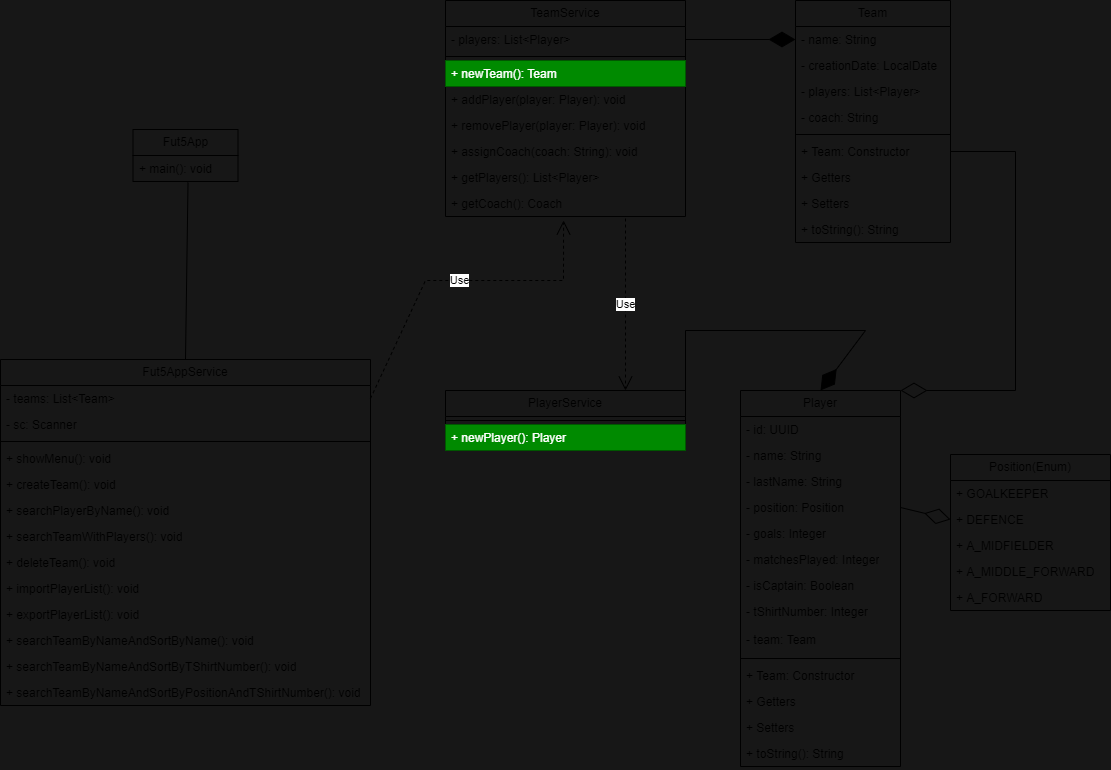
Above: informatorio2023/src/main/java/com/ezefm/informatorio2023/tpfinal1/Fut5AppUML.png in ezefm/INFO2023JAVA (draw.io), before the change. Source tidied: cells renumbered, new cells last; positions are measured from the earlier drawing's top-left corner, leaving out a move shared by most shapes.
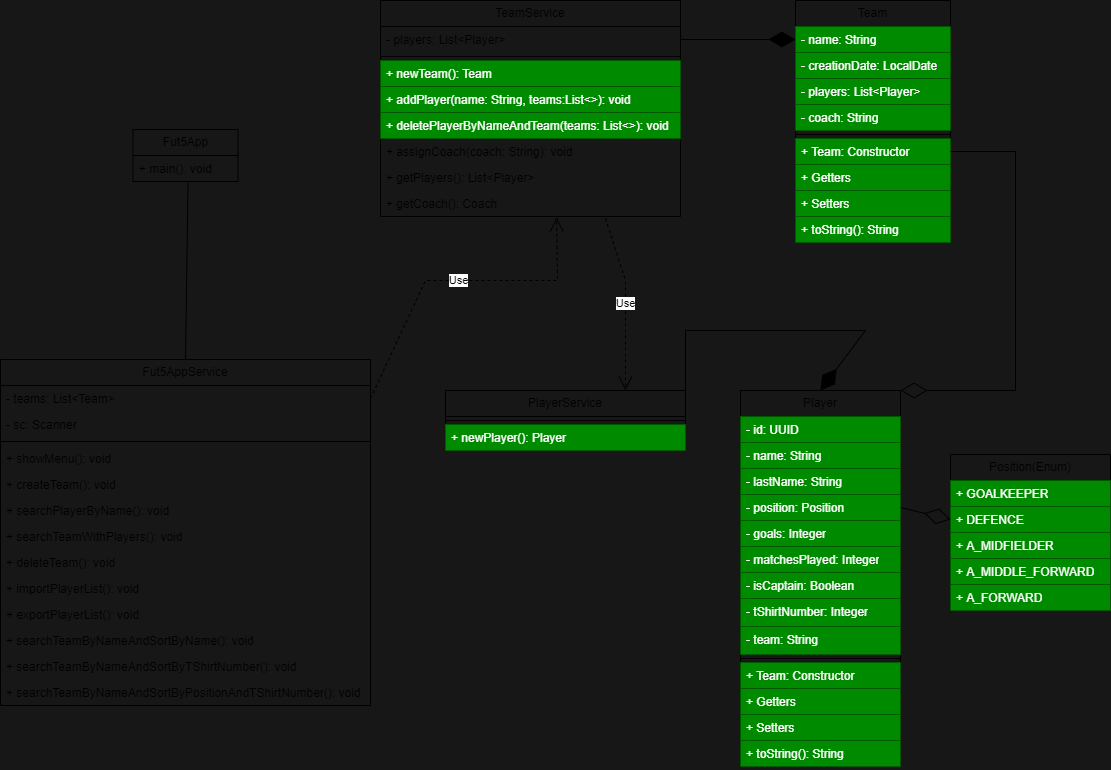
After the change.

The edit, as a diff of the source:
```diff
@@ -47,67 +47,67 @@
     <mxCell id="16" value="Team" style="swimlane;fontStyle=0;horizontal=1;startSize=26;fillColor=none;whiteSpace=wrap;html=1;" parent="1" vertex="1">
       <mxGeometry x="795" width="155" height="242" as="geometry" />
     </mxCell>
-    <mxCell id="17" value="- name: String" style="text;strokeColor=none;fillColor=none;align=left;verticalAlign=top;spacingLeft=4;spacingRight=4;overflow=hidden;points=[[0,0.5],[1,0.5]];portConstraint=eastwest;whiteSpace=wrap;html=1;" parent="16" vertex="1">
+    <mxCell id="17" value="- name: String" style="text;strokeColor=#005700;fillColor=#008a00;align=left;verticalAlign=top;spacingLeft=4;spacingRight=4;overflow=hidden;points=[[0,0.5],[1,0.5]];portConstraint=eastwest;whiteSpace=wrap;html=1;fontColor=#ffffff;" parent="16" vertex="1">
       <mxGeometry y="26" width="155" height="26" as="geometry" />
     </mxCell>
-    <mxCell id="18" value="- creationDate: LocalDate" style="text;strokeColor=none;fillColor=none;align=left;verticalAlign=top;spacingLeft=4;spacingRight=4;overflow=hidden;whiteSpace=wrap;html=1;" parent="16" vertex="1">
+    <mxCell id="18" value="- creationDate: LocalDate" style="text;strokeColor=#005700;fillColor=#008a00;align=left;verticalAlign=top;spacingLeft=4;spacingRight=4;overflow=hidden;whiteSpace=wrap;html=1;fontColor=#ffffff;" parent="16" vertex="1">
       <mxGeometry y="52" width="155" height="26" as="geometry" />
     </mxCell>
-    <mxCell id="19" value="- players: List&amp;lt;Player&amp;gt;" style="text;strokeColor=none;fillColor=none;align=left;verticalAlign=top;spacingLeft=4;spacingRight=4;overflow=hidden;whiteSpace=wrap;html=1;" parent="16" vertex="1">
+    <mxCell id="19" value="- players: List&amp;lt;Player&amp;gt;" style="text;strokeColor=#005700;fillColor=#008a00;align=left;verticalAlign=top;spacingLeft=4;spacingRight=4;overflow=hidden;whiteSpace=wrap;html=1;fontColor=#ffffff;" parent="16" vertex="1">
       <mxGeometry y="78" width="155" height="26" as="geometry" />
     </mxCell>
-    <mxCell id="20" value="- coach: String" style="text;strokeColor=none;fillColor=none;align=left;verticalAlign=top;spacingLeft=4;spacingRight=4;overflow=hidden;whiteSpace=wrap;html=1;" parent="16" vertex="1">
+    <mxCell id="20" value="- coach: String" style="text;strokeColor=#005700;fillColor=#008a00;align=left;verticalAlign=top;spacingLeft=4;spacingRight=4;overflow=hidden;whiteSpace=wrap;html=1;fontColor=#ffffff;" parent="16" vertex="1">
       <mxGeometry y="104" width="155" height="26" as="geometry" />
     </mxCell>
     <mxCell id="21" style="line;strokeWidth=1;fillColor=none;align=left;verticalAlign=middle;spacingTop=-1;spacingLeft=3;spacingRight=3;labelPosition=right;strokeColor=inherit;" parent="16" vertex="1">
       <mxGeometry y="130" width="155" height="8" as="geometry" />
     </mxCell>
-    <mxCell id="22" value="+ Team: Constructor&amp;nbsp;" style="text;strokeColor=none;fillColor=none;align=left;verticalAlign=top;spacingLeft=4;spacingRight=4;overflow=hidden;points=[[0,0.5],[1,0.5]];portConstraint=eastwest;whiteSpace=wrap;html=1;" parent="16" vertex="1">
+    <mxCell id="22" value="+ Team: Constructor&amp;nbsp;" style="text;strokeColor=#005700;fillColor=#008a00;align=left;verticalAlign=top;spacingLeft=4;spacingRight=4;overflow=hidden;points=[[0,0.5],[1,0.5]];portConstraint=eastwest;whiteSpace=wrap;html=1;fontColor=#ffffff;" parent="16" vertex="1">
       <mxGeometry y="138" width="155" height="26" as="geometry" />
     </mxCell>
-    <mxCell id="23" value="+ Getters" style="text;strokeColor=none;fillColor=none;align=left;verticalAlign=top;spacingLeft=4;spacingRight=4;overflow=hidden;whiteSpace=wrap;html=1;" parent="16" vertex="1">
+    <mxCell id="23" value="+ Getters" style="text;strokeColor=#005700;fillColor=#008a00;align=left;verticalAlign=top;spacingLeft=4;spacingRight=4;overflow=hidden;whiteSpace=wrap;html=1;fontColor=#ffffff;" parent="16" vertex="1">
       <mxGeometry y="164" width="155" height="26" as="geometry" />
     </mxCell>
-    <mxCell id="24" value="+ Setters" style="text;strokeColor=none;fillColor=none;align=left;verticalAlign=top;spacingLeft=4;spacingRight=4;overflow=hidden;whiteSpace=wrap;html=1;" parent="16" vertex="1">
+    <mxCell id="24" value="+ Setters" style="text;strokeColor=#005700;fillColor=#008a00;align=left;verticalAlign=top;spacingLeft=4;spacingRight=4;overflow=hidden;whiteSpace=wrap;html=1;fontColor=#ffffff;" parent="16" vertex="1">
       <mxGeometry y="190" width="155" height="26" as="geometry" />
     </mxCell>
-    <mxCell id="25" value="+ toString(): String" style="text;strokeColor=none;fillColor=none;align=left;verticalAlign=top;spacingLeft=4;spacingRight=4;overflow=hidden;whiteSpace=wrap;html=1;" parent="16" vertex="1">
+    <mxCell id="25" value="+ toString(): String" style="text;strokeColor=#005700;fillColor=#008a00;align=left;verticalAlign=top;spacingLeft=4;spacingRight=4;overflow=hidden;whiteSpace=wrap;html=1;fontColor=#ffffff;" parent="16" vertex="1">
       <mxGeometry y="216" width="155" height="26" as="geometry" />
     </mxCell>
-    <mxCell id="26" value="Use" style="endArrow=open;endSize=12;dashed=1;html=1;rounded=0;exitX=1;exitY=0.5;exitDx=0;exitDy=0;entryX=0.492;entryY=1.154;entryDx=0;entryDy=0;entryPerimeter=0;" parent="1" edge="1" source="3" target="35">
+    <mxCell id="26" value="Use" style="endArrow=open;endSize=12;dashed=1;html=1;rounded=0;exitX=1;exitY=0.5;exitDx=0;exitDy=0;entryX=0.587;entryY=1.038;entryDx=0;entryDy=0;entryPerimeter=0;" parent="1" edge="1" source="3" target="35">
       <mxGeometry relative="1" as="geometry">
         <Array as="points">
           <mxPoint x="425" y="280" />
-          <mxPoint x="563" y="280" />
+          <mxPoint x="557" y="280" />
         </Array>
       </mxGeometry>
     </mxCell>
     <mxCell id="27" value="TeamService" style="swimlane;fontStyle=0;horizontal=1;startSize=26;fillColor=none;whiteSpace=wrap;html=1;" parent="1" vertex="1">
-      <mxGeometry x="445" width="240" height="216" as="geometry" />
+      <mxGeometry x="380" width="300" height="216" as="geometry" />
     </mxCell>
     <mxCell id="28" value="- players: List&amp;lt;Player&amp;gt;" style="text;strokeColor=none;fillColor=none;align=left;verticalAlign=top;spacingLeft=4;spacingRight=4;overflow=hidden;points=[[0,0.5],[1,0.5]];portConstraint=eastwest;whiteSpace=wrap;html=1;" parent="27" vertex="1">
-      <mxGeometry y="26" width="240" height="26" as="geometry" />
+      <mxGeometry y="26" width="300" height="26" as="geometry" />
     </mxCell>
     <mxCell id="29" style="line;strokeWidth=1;fillColor=none;align=left;verticalAlign=middle;spacingTop=-1;spacingLeft=3;spacingRight=3;labelPosition=right;strokeColor=inherit;" parent="27" vertex="1">
-      <mxGeometry y="52" width="240" height="8" as="geometry" />
+      <mxGeometry y="52" width="300" height="8" as="geometry" />
     </mxCell>
     <mxCell id="30" value="+ newTeam(): Team&amp;nbsp;" style="text;strokeColor=#005700;fillColor=#008a00;align=left;verticalAlign=top;spacingLeft=4;spacingRight=4;overflow=hidden;whiteSpace=wrap;html=1;fontColor=#ffffff;" parent="27" vertex="1">
-      <mxGeometry y="60" width="240" height="26" as="geometry" />
+      <mxGeometry y="60" width="300" height="26" as="geometry" />
     </mxCell>
-    <mxCell id="31" value="+ addPlayer(player: Player): void&amp;nbsp;" style="text;strokeColor=none;fillColor=none;align=left;verticalAlign=top;spacingLeft=4;spacingRight=4;overflow=hidden;whiteSpace=wrap;html=1;" parent="27" vertex="1">
-      <mxGeometry y="86" width="240" height="26" as="geometry" />
+    <mxCell id="31" value="+ addPlayer(name: String, teams:List&amp;lt;&amp;gt;): void&amp;nbsp;" style="text;strokeColor=#005700;fillColor=#008a00;align=left;verticalAlign=top;spacingLeft=4;spacingRight=4;overflow=hidden;whiteSpace=wrap;html=1;fontColor=#ffffff;" parent="27" vertex="1">
+      <mxGeometry y="86" width="300" height="26" as="geometry" />
     </mxCell>
-    <mxCell id="32" value="+ removePlayer(player: Player): void&amp;nbsp;" style="text;strokeColor=none;fillColor=none;align=left;verticalAlign=top;spacingLeft=4;spacingRight=4;overflow=hidden;whiteSpace=wrap;html=1;" parent="27" vertex="1">
-      <mxGeometry y="112" width="240" height="26" as="geometry" />
+    <mxCell id="32" value="+ deletePlayerByNameAndTeam(teams: List&amp;lt;&amp;gt;): void&amp;nbsp;" style="text;strokeColor=#005700;fillColor=#008a00;align=left;verticalAlign=top;spacingLeft=4;spacingRight=4;overflow=hidden;whiteSpace=wrap;html=1;fontColor=#ffffff;" parent="27" vertex="1">
+      <mxGeometry y="112" width="300" height="26" as="geometry" />
     </mxCell>
     <mxCell id="33" value="+ assignCoach(coach: String): void&amp;nbsp;" style="text;strokeColor=none;fillColor=none;align=left;verticalAlign=top;spacingLeft=4;spacingRight=4;overflow=hidden;whiteSpace=wrap;html=1;" parent="27" vertex="1">
-      <mxGeometry y="138" width="240" height="26" as="geometry" />
+      <mxGeometry y="138" width="300" height="26" as="geometry" />
     </mxCell>
     <mxCell id="34" value="+ getPlayers(): List&amp;lt;Player&amp;gt;" style="text;strokeColor=none;fillColor=none;align=left;verticalAlign=top;spacingLeft=4;spacingRight=4;overflow=hidden;whiteSpace=wrap;html=1;" parent="27" vertex="1">
-      <mxGeometry y="164" width="240" height="26" as="geometry" />
+      <mxGeometry y="164" width="300" height="26" as="geometry" />
     </mxCell>
     <mxCell id="35" value="+ getCoach(): Coach" style="text;strokeColor=none;fillColor=none;align=left;verticalAlign=top;spacingLeft=4;spacingRight=4;overflow=hidden;points=[[0,0.5],[1,0.5]];portConstraint=eastwest;whiteSpace=wrap;html=1;" parent="27" vertex="1">
-      <mxGeometry y="190" width="240" height="26" as="geometry" />
+      <mxGeometry y="190" width="300" height="26" as="geometry" />
     </mxCell>
     <mxCell id="36" style="endArrow=diamondThin;endFill=0;endSize=24;html=1;rounded=0;exitX=1;exitY=0.5;exitDx=0;exitDy=0;entryX=1;entryY=0;entryDx=0;entryDy=0;" parent="1" edge="1" source="22" target="37">
       <mxGeometry relative="1" as="geometry">
@@ -120,64 +120,64 @@
     <mxCell id="37" value="Player" style="swimlane;fontStyle=0;horizontal=1;startSize=26;fillColor=none;whiteSpace=wrap;html=1;" parent="1" vertex="1">
       <mxGeometry x="740" y="390" width="160" height="376" as="geometry" />
     </mxCell>
-    <mxCell id="38" value="- id: UUID" style="text;strokeColor=none;fillColor=none;align=left;verticalAlign=top;spacingLeft=4;spacingRight=4;overflow=hidden;whiteSpace=wrap;html=1;" parent="37" vertex="1">
+    <mxCell id="38" value="- id: UUID" style="text;strokeColor=#005700;fillColor=#008a00;align=left;verticalAlign=top;spacingLeft=4;spacingRight=4;overflow=hidden;whiteSpace=wrap;html=1;fontColor=#ffffff;" parent="37" vertex="1">
       <mxGeometry y="26" width="160" height="26" as="geometry" />
     </mxCell>
-    <mxCell id="39" value="- name: String" style="text;strokeColor=none;fillColor=none;align=left;verticalAlign=top;spacingLeft=4;spacingRight=4;overflow=hidden;whiteSpace=wrap;html=1;" parent="37" vertex="1">
+    <mxCell id="39" value="- name: String" style="text;strokeColor=#005700;fillColor=#008a00;align=left;verticalAlign=top;spacingLeft=4;spacingRight=4;overflow=hidden;whiteSpace=wrap;html=1;fontColor=#ffffff;" parent="37" vertex="1">
       <mxGeometry y="52" width="160" height="26" as="geometry" />
     </mxCell>
-    <mxCell id="40" value="- lastName: String" style="text;strokeColor=none;fillColor=none;align=left;verticalAlign=top;spacingLeft=4;spacingRight=4;overflow=hidden;whiteSpace=wrap;html=1;" parent="37" vertex="1">
+    <mxCell id="40" value="- lastName: String" style="text;strokeColor=#005700;fillColor=#008a00;align=left;verticalAlign=top;spacingLeft=4;spacingRight=4;overflow=hidden;whiteSpace=wrap;html=1;fontColor=#ffffff;" parent="37" vertex="1">
       <mxGeometry y="78" width="160" height="26" as="geometry" />
     </mxCell>
-    <mxCell id="41" value="- position: Position" style="text;strokeColor=none;fillColor=none;align=left;verticalAlign=top;spacingLeft=4;spacingRight=4;overflow=hidden;points=[[0,0.5],[1,0.5]];portConstraint=eastwest;whiteSpace=wrap;html=1;" parent="37" vertex="1">
+    <mxCell id="41" value="- position: Position" style="text;strokeColor=#005700;fillColor=#008a00;align=left;verticalAlign=top;spacingLeft=4;spacingRight=4;overflow=hidden;points=[[0,0.5],[1,0.5]];portConstraint=eastwest;whiteSpace=wrap;html=1;fontColor=#ffffff;" parent="37" vertex="1">
       <mxGeometry y="104" width="160" height="26" as="geometry" />
     </mxCell>
-    <mxCell id="42" value="- goals: Integer" style="text;strokeColor=none;fillColor=none;align=left;verticalAlign=top;spacingLeft=4;spacingRight=4;overflow=hidden;whiteSpace=wrap;html=1;" parent="37" vertex="1">
+    <mxCell id="42" value="- goals: Integer" style="text;strokeColor=#005700;fillColor=#008a00;align=left;verticalAlign=top;spacingLeft=4;spacingRight=4;overflow=hidden;whiteSpace=wrap;html=1;fontColor=#ffffff;" parent="37" vertex="1">
       <mxGeometry y="130" width="160" height="26" as="geometry" />
     </mxCell>
-    <mxCell id="43" value="- matchesPlayed: Integer" style="text;strokeColor=none;fillColor=none;align=left;verticalAlign=top;spacingLeft=4;spacingRight=4;overflow=hidden;whiteSpace=wrap;html=1;" parent="37" vertex="1">
+    <mxCell id="43" value="- matchesPlayed: Integer" style="text;strokeColor=#005700;fillColor=#008a00;align=left;verticalAlign=top;spacingLeft=4;spacingRight=4;overflow=hidden;whiteSpace=wrap;html=1;fontColor=#ffffff;" parent="37" vertex="1">
       <mxGeometry y="156" width="160" height="26" as="geometry" />
     </mxCell>
-    <mxCell id="44" value="- isCaptain: Boolean" style="text;strokeColor=none;fillColor=none;align=left;verticalAlign=top;spacingLeft=4;spacingRight=4;overflow=hidden;whiteSpace=wrap;html=1;" parent="37" vertex="1">
+    <mxCell id="44" value="- isCaptain: Boolean" style="text;strokeColor=#005700;fillColor=#008a00;align=left;verticalAlign=top;spacingLeft=4;spacingRight=4;overflow=hidden;whiteSpace=wrap;html=1;fontColor=#ffffff;" parent="37" vertex="1">
       <mxGeometry y="182" width="160" height="26" as="geometry" />
     </mxCell>
-    <mxCell id="45" value="- tShirtNumber: Integer" style="text;strokeColor=none;fillColor=none;align=left;verticalAlign=top;spacingLeft=4;spacingRight=4;overflow=hidden;whiteSpace=wrap;html=1;" parent="37" vertex="1">
+    <mxCell id="45" value="- tShirtNumber: Integer" style="text;strokeColor=#005700;fillColor=#008a00;align=left;verticalAlign=top;spacingLeft=4;spacingRight=4;overflow=hidden;whiteSpace=wrap;html=1;fontColor=#ffffff;" parent="37" vertex="1">
       <mxGeometry y="208" width="160" height="28" as="geometry" />
     </mxCell>
-    <mxCell id="46" value="- team: Team" style="text;strokeColor=none;fillColor=none;align=left;verticalAlign=top;spacingLeft=4;spacingRight=4;overflow=hidden;whiteSpace=wrap;html=1;" parent="37" vertex="1">
+    <mxCell id="46" value="- team: String" style="text;strokeColor=#005700;fillColor=#008a00;align=left;verticalAlign=top;spacingLeft=4;spacingRight=4;overflow=hidden;whiteSpace=wrap;html=1;fontColor=#ffffff;" parent="37" vertex="1">
       <mxGeometry y="236" width="160" height="28" as="geometry" />
     </mxCell>
     <mxCell id="47" style="line;strokeWidth=1;fillColor=none;align=left;verticalAlign=middle;spacingTop=-1;spacingLeft=3;spacingRight=3;labelPosition=right;strokeColor=inherit;" parent="37" vertex="1">
       <mxGeometry y="264" width="160" height="8" as="geometry" />
     </mxCell>
-    <mxCell id="48" value="+ Team: Constructor&amp;nbsp;" style="text;strokeColor=none;fillColor=none;align=left;verticalAlign=top;spacingLeft=4;spacingRight=4;overflow=hidden;whiteSpace=wrap;html=1;" parent="37" vertex="1">
+    <mxCell id="48" value="+ Team: Constructor&amp;nbsp;" style="text;strokeColor=#005700;fillColor=#008a00;align=left;verticalAlign=top;spacingLeft=4;spacingRight=4;overflow=hidden;whiteSpace=wrap;html=1;fontColor=#ffffff;" parent="37" vertex="1">
       <mxGeometry y="272" width="160" height="26" as="geometry" />
     </mxCell>
-    <mxCell id="49" value="+ Getters" style="text;strokeColor=none;fillColor=none;align=left;verticalAlign=top;spacingLeft=4;spacingRight=4;overflow=hidden;whiteSpace=wrap;html=1;" parent="37" vertex="1">
+    <mxCell id="49" value="+ Getters" style="text;strokeColor=#005700;fillColor=#008a00;align=left;verticalAlign=top;spacingLeft=4;spacingRight=4;overflow=hidden;whiteSpace=wrap;html=1;fontColor=#ffffff;" parent="37" vertex="1">
       <mxGeometry y="298" width="160" height="26" as="geometry" />
     </mxCell>
-    <mxCell id="50" value="+ Setters" style="text;strokeColor=none;fillColor=none;align=left;verticalAlign=top;spacingLeft=4;spacingRight=4;overflow=hidden;whiteSpace=wrap;html=1;" parent="37" vertex="1">
+    <mxCell id="50" value="+ Setters" style="text;strokeColor=#005700;fillColor=#008a00;align=left;verticalAlign=top;spacingLeft=4;spacingRight=4;overflow=hidden;whiteSpace=wrap;html=1;fontColor=#ffffff;" parent="37" vertex="1">
       <mxGeometry y="324" width="160" height="26" as="geometry" />
     </mxCell>
-    <mxCell id="51" value="+ toString(): String" style="text;strokeColor=none;fillColor=none;align=left;verticalAlign=top;spacingLeft=4;spacingRight=4;overflow=hidden;whiteSpace=wrap;html=1;" parent="37" vertex="1">
+    <mxCell id="51" value="+ toString(): String" style="text;strokeColor=#005700;fillColor=#008a00;align=left;verticalAlign=top;spacingLeft=4;spacingRight=4;overflow=hidden;whiteSpace=wrap;html=1;fontColor=#ffffff;" parent="37" vertex="1">
       <mxGeometry y="350" width="160" height="26" as="geometry" />
     </mxCell>
     <mxCell id="52" value="Position(Enum)" style="swimlane;fontStyle=0;horizontal=1;startSize=26;fillColor=none;whiteSpace=wrap;html=1;" parent="1" vertex="1">
       <mxGeometry x="950" y="454" width="160" height="156" as="geometry" />
     </mxCell>
-    <mxCell id="53" value="+ GOALKEEPER" style="text;strokeColor=none;fillColor=none;align=left;verticalAlign=top;spacingLeft=4;spacingRight=4;overflow=hidden;whiteSpace=wrap;html=1;" parent="52" vertex="1">
+    <mxCell id="53" value="+ GOALKEEPER" style="text;strokeColor=#005700;fillColor=#008a00;align=left;verticalAlign=top;spacingLeft=4;spacingRight=4;overflow=hidden;whiteSpace=wrap;html=1;fontColor=#ffffff;" parent="52" vertex="1">
       <mxGeometry y="26" width="160" height="26" as="geometry" />
     </mxCell>
-    <mxCell id="54" value="+ DEFENCE" style="text;strokeColor=none;fillColor=none;align=left;verticalAlign=top;spacingLeft=4;spacingRight=4;overflow=hidden;points=[[0,0.5],[1,0.5]];portConstraint=eastwest;whiteSpace=wrap;html=1;" parent="52" vertex="1">
+    <mxCell id="54" value="+ DEFENCE" style="text;strokeColor=#005700;fillColor=#008a00;align=left;verticalAlign=top;spacingLeft=4;spacingRight=4;overflow=hidden;points=[[0,0.5],[1,0.5]];portConstraint=eastwest;whiteSpace=wrap;html=1;fontColor=#ffffff;" parent="52" vertex="1">
       <mxGeometry y="52" width="160" height="26" as="geometry" />
     </mxCell>
-    <mxCell id="55" value="+ A_MIDFIELDER" style="text;strokeColor=none;fillColor=none;align=left;verticalAlign=top;spacingLeft=4;spacingRight=4;overflow=hidden;whiteSpace=wrap;html=1;" parent="52" vertex="1">
+    <mxCell id="55" value="+ A_MIDFIELDER" style="text;strokeColor=#005700;fillColor=#008a00;align=left;verticalAlign=top;spacingLeft=4;spacingRight=4;overflow=hidden;whiteSpace=wrap;html=1;fontColor=#ffffff;" parent="52" vertex="1">
       <mxGeometry y="78" width="160" height="26" as="geometry" />
     </mxCell>
-    <mxCell id="56" value="+ A_MIDDLE_FORWARD" style="text;strokeColor=none;fillColor=none;align=left;verticalAlign=top;spacingLeft=4;spacingRight=4;overflow=hidden;whiteSpace=wrap;html=1;" parent="52" vertex="1">
+    <mxCell id="56" value="+ A_MIDDLE_FORWARD" style="text;strokeColor=#005700;fillColor=#008a00;align=left;verticalAlign=top;spacingLeft=4;spacingRight=4;overflow=hidden;whiteSpace=wrap;html=1;fontColor=#ffffff;" parent="52" vertex="1">
       <mxGeometry y="104" width="160" height="26" as="geometry" />
     </mxCell>
-    <mxCell id="57" value="+ A_FORWARD" style="text;strokeColor=none;fillColor=none;align=left;verticalAlign=top;spacingLeft=4;spacingRight=4;overflow=hidden;whiteSpace=wrap;html=1;" parent="52" vertex="1">
+    <mxCell id="57" value="+ A_FORWARD" style="text;strokeColor=#005700;fillColor=#008a00;align=left;verticalAlign=top;spacingLeft=4;spacingRight=4;overflow=hidden;whiteSpace=wrap;html=1;fontColor=#ffffff;" parent="52" vertex="1">
       <mxGeometry y="130" width="160" height="26" as="geometry" />
     </mxCell>
     <mxCell id="58" value="PlayerService" style="swimlane;fontStyle=0;horizontal=1;startSize=26;fillColor=none;whiteSpace=wrap;html=1;" parent="1" vertex="1">
```
